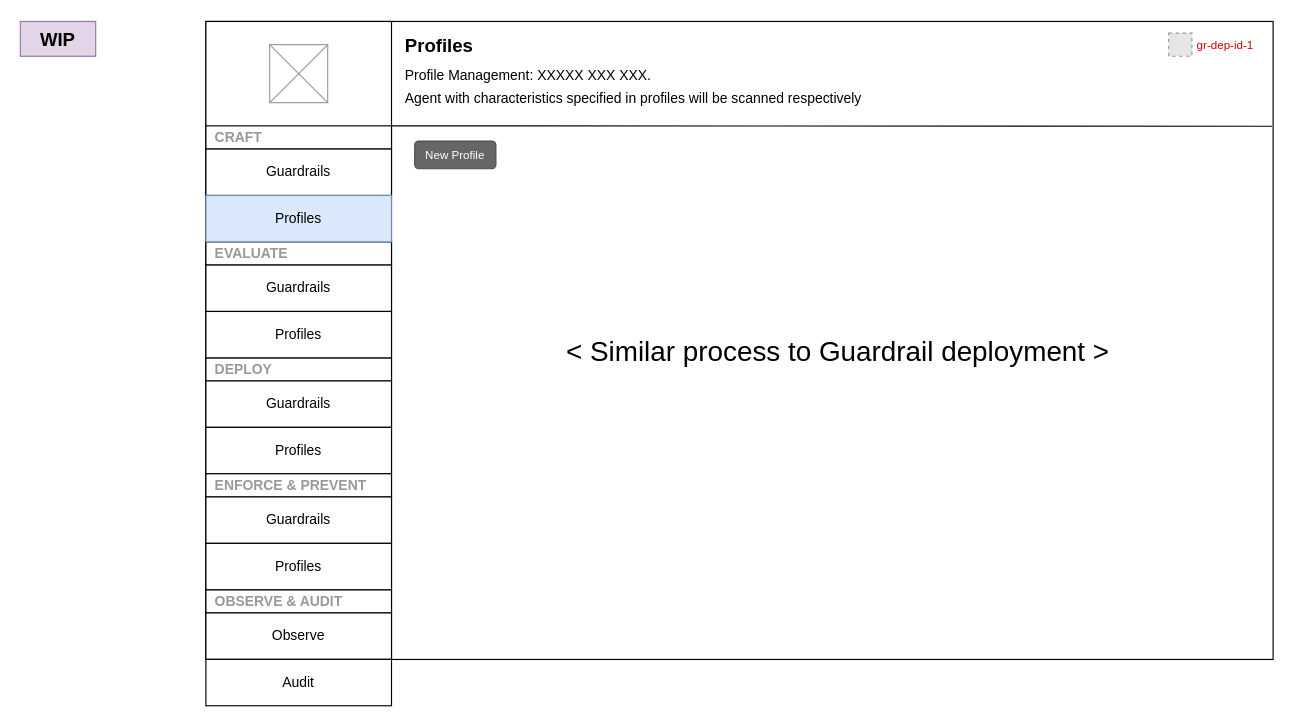
The draw.io diagram page "CUU-PF-Index" (8 of 19) of NMGR.drawio in thinker-g/fx-drive, before the edit. Source tidied: cells renumbered, new cells numbered last; positions are measured from the earlier drawing's top-left corner, leaving out a move shared by most shapes. Both pictures are drawn from the tidied source at 116%, with x=0, y=0 at pixel (20, 21). Pictures stored in the file or linked from it are replaced by grey dashed boxes.
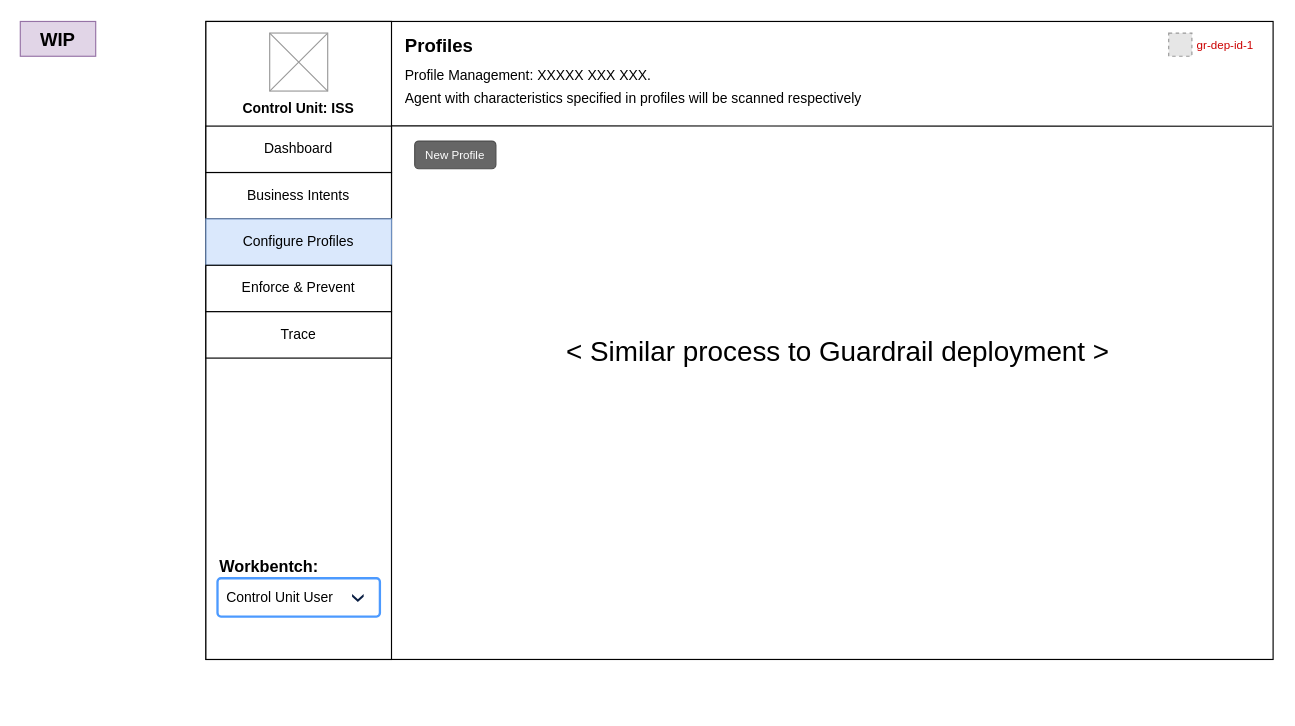
The same page after the edit.

What changed in the source:
```diff
@@
-    <mxCell id="3" style="rounded=0;whiteSpace=wrap;html=1;" parent="1" vertex="1">
-      <mxGeometry x="160" width="160" height="550" as="geometry" />
-    </mxCell>
-    <mxCell id="4" style="verticalLabelPosition=bottom;shadow=0;dashed=0;align=center;html=1;verticalAlign=top;strokeWidth=1;shape=mxgraph.mockup.graphics.simpleIcon;strokeColor=#999999;" parent="1" vertex="1">
-      <mxGeometry x="215" y="20" width="50" height="50" as="geometry" />
-    </mxCell>
@@
-    <mxCell id="13" value="CRAFT" style="rounded=0;whiteSpace=wrap;html=1;align=left;fontColor=#999999;fontStyle=1;spacingLeft=6;" parent="1" vertex="1">
-      <mxGeometry x="160" y="90" width="160" height="20" as="geometry" />
-    </mxCell>
-    <mxCell id="14" value="DEPLOY" style="rounded=0;whiteSpace=wrap;html=1;align=left;fontColor=#999999;fontStyle=1;spacingLeft=6;" parent="1" vertex="1">
-      <mxGeometry x="160" y="290" width="160" height="20" as="geometry" />
-    </mxCell>
-    <mxCell id="15" value="Guardrails" style="rounded=0;whiteSpace=wrap;html=1;" parent="1" vertex="1">
-      <mxGeometry x="160" y="110" width="160" height="40" as="geometry" />
-    </mxCell>
-    <mxCell id="16" value="EVALUATE" style="rounded=0;whiteSpace=wrap;html=1;align=left;fontColor=#999999;fontStyle=1;spacingLeft=6;" parent="1" vertex="1">
-      <mxGeometry x="160" y="190" width="160" height="20" as="geometry" />
-    </mxCell>
-    <mxCell id="17" value="Guardrails" style="rounded=0;whiteSpace=wrap;html=1;" parent="1" vertex="1">
-      <mxGeometry x="160" y="210" width="160" height="40" as="geometry" />
-    </mxCell>
-    <mxCell id="18" value="Guardrails" style="rounded=0;whiteSpace=wrap;html=1;" parent="1" vertex="1">
-      <mxGeometry x="160" y="309.9" width="160" height="40" as="geometry" />
-    </mxCell>
-    <mxCell id="19" value="Profiles" style="rounded=0;whiteSpace=wrap;html=1;" parent="1" vertex="1">
-      <mxGeometry x="160" y="349.9" width="160" height="40" as="geometry" />
-    </mxCell>
-    <mxCell id="20" value="Profiles" style="rounded=0;whiteSpace=wrap;html=1;fillColor=#dae8fc;strokeColor=#6c8ebf;" parent="1" vertex="1">
-      <mxGeometry x="160" y="150" width="160" height="40" as="geometry" />
-    </mxCell>
-    <mxCell id="21" value="Profiles" style="rounded=0;whiteSpace=wrap;html=1;" parent="1" vertex="1">
-      <mxGeometry x="160" y="250" width="160" height="40" as="geometry" />
-    </mxCell>
-    <mxCell id="22" value="ENFORCE &amp;amp; PREVENT" style="rounded=0;whiteSpace=wrap;html=1;align=left;fontColor=#999999;fontStyle=1;spacingLeft=6;" parent="1" vertex="1">
-      <mxGeometry x="160" y="389.9" width="160" height="20" as="geometry" />
-    </mxCell>
-    <mxCell id="23" value="OBSERVE &amp;amp; AUDIT" style="rounded=0;whiteSpace=wrap;html=1;align=left;fontColor=#999999;fontStyle=1;spacingLeft=6;" parent="1" vertex="1">
-      <mxGeometry x="160" y="489.9" width="160" height="20" as="geometry" />
-    </mxCell>
-    <mxCell id="24" value="Guardrails" style="rounded=0;whiteSpace=wrap;html=1;" parent="1" vertex="1">
-      <mxGeometry x="160" y="409.9" width="160" height="40" as="geometry" />
-    </mxCell>
-    <mxCell id="25" value="Profiles" style="rounded=0;whiteSpace=wrap;html=1;" parent="1" vertex="1">
-      <mxGeometry x="160" y="449.9" width="160" height="40" as="geometry" />
-    </mxCell>
-    <mxCell id="26" value="Observe" style="rounded=0;whiteSpace=wrap;html=1;" parent="1" vertex="1">
-      <mxGeometry x="160" y="509.9" width="160" height="40" as="geometry" />
-    </mxCell>
-    <mxCell id="27" value="Audit" style="rounded=0;whiteSpace=wrap;html=1;" parent="1" vertex="1">
-      <mxGeometry x="160" y="549.9" width="160" height="40" as="geometry" />
-    </mxCell>
+    <mxCell id="3" style="rounded=0;whiteSpace=wrap;html=1;" parent="1" vertex="1">
+      <mxGeometry x="160" width="160" height="550" as="geometry" />
+    </mxCell>
+    <mxCell id="28" style="verticalLabelPosition=bottom;shadow=0;dashed=0;align=center;html=1;verticalAlign=top;strokeWidth=1;shape=mxgraph.mockup.graphics.simpleIcon;strokeColor=#999999;" parent="1" vertex="1">
+      <mxGeometry x="215" y="10" width="50" height="50" as="geometry" />
+    </mxCell>
+    <mxCell id="29" value="Business Intents" style="rounded=0;whiteSpace=wrap;html=1;" parent="1" vertex="1">
+      <mxGeometry x="160" y="130.2" width="160" height="40" as="geometry" />
+    </mxCell>
+    <mxCell id="30" value="Configure Profiles" style="rounded=0;whiteSpace=wrap;html=1;fillColor=#dae8fc;strokeColor=#6c8ebf;" parent="1" vertex="1">
+      <mxGeometry x="160" y="170.2" width="160" height="40" as="geometry" />
+    </mxCell>
+    <mxCell id="31" value="Enforce &amp;amp; Prevent" style="rounded=0;whiteSpace=wrap;html=1;" parent="1" vertex="1">
+      <mxGeometry x="160" y="210.2" width="160" height="40" as="geometry" />
+    </mxCell>
+    <mxCell id="32" value="Dashboard" style="rounded=0;whiteSpace=wrap;html=1;" parent="1" vertex="1">
+      <mxGeometry x="160" y="90.2" width="160" height="40" as="geometry" />
+    </mxCell>
+    <mxCell id="33" value="Trace" style="rounded=0;whiteSpace=wrap;html=1;" parent="1" vertex="1">
+      <mxGeometry x="160" y="250.2" width="160" height="40" as="geometry" />
+    </mxCell>
+    <mxCell id="34" value="Workbentch:" style="text;html=1;whiteSpace=wrap;strokeColor=none;fillColor=none;align=left;verticalAlign=middle;rounded=0;fontSize=14;fontStyle=1;" parent="1" vertex="1">
+      <mxGeometry x="170" y="460" width="110" height="20" as="geometry" />
+    </mxCell>
+    <mxCell id="35" value="Control Unit User" style="rounded=1;arcSize=9;fillColor=#ffffff;strokeColor=#4C9AFF;html=1;strokeWidth=2;spacingLeft=6;fontColor=#000000;align=left;" parent="1" vertex="1">
+      <mxGeometry x="170" y="480" width="140" height="33" as="geometry" />
+    </mxCell>
+    <mxCell id="36" style="shape=step;whiteSpace=wrap;html=1;rounded=0;strokeColor=none;strokeWidth=2;fillColor=#0A1E43;gradientColor=none;fontFamily=Verdana;fontSize=14;fontColor=#000000;align=left;direction=south;size=0.65;" parent="35" vertex="1">
+      <mxGeometry x="1" y="0.5" width="10" height="7" relative="1" as="geometry">
+        <mxPoint x="-24" y="-3" as="offset" />
+      </mxGeometry>
+    </mxCell>
+    <mxCell id="37" value="Control Unit: ISS" style="text;html=1;whiteSpace=wrap;strokeColor=none;fillColor=none;align=center;verticalAlign=middle;rounded=0;fontStyle=1;" parent="1" vertex="1">
+      <mxGeometry x="160" y="60" width="160" height="30" as="geometry" />
+    </mxCell>
```
